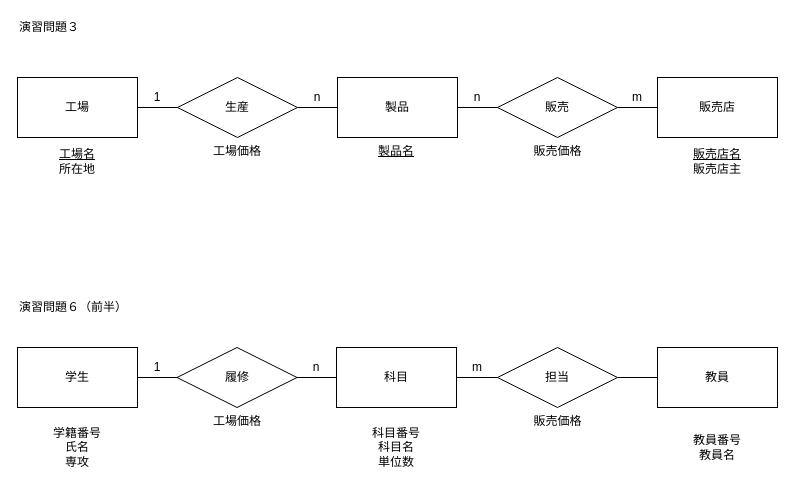
This is データベース論.drawio from SindyD/Sindy, a draw.io file, before an edit. Source tidied: cells renumbered, new cells numbered last; positions are measured from the earlier drawing's top-left corner, leaving out a move shared by most shapes. Both pictures are drawn from the tidied source at 100%, with x=0, y=0 at pixel (17, 17).
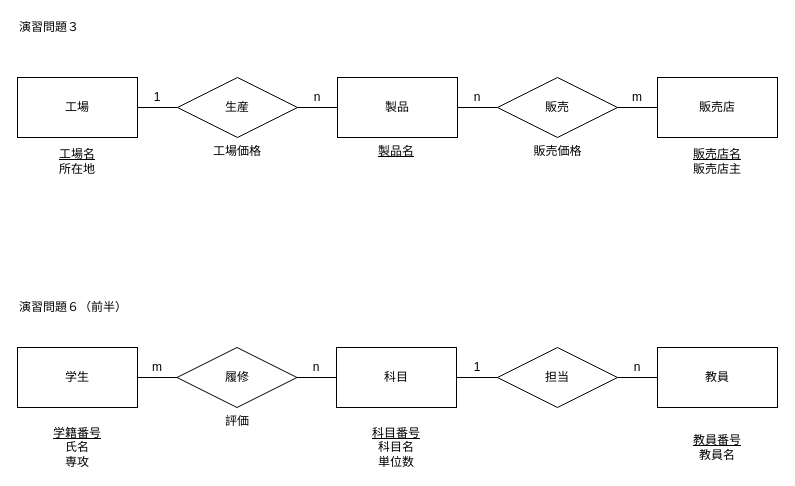
The same diagram, later.

Commit message:
データベース論.drawio を更新します

What changed in the source:
```diff
@@
-    <mxCell id="23" value="学籍番号&lt;br&gt;氏名&lt;br&gt;専攻" style="text;html=1;strokeColor=none;fillColor=none;align=center;verticalAlign=middle;whiteSpace=wrap;rounded=0;" parent="1" vertex="1">
+    <mxCell id="23" value="&lt;u&gt;学籍番号&lt;br&gt;&lt;/u&gt;氏名&lt;br&gt;専攻" style="text;html=1;strokeColor=none;fillColor=none;align=center;verticalAlign=middle;whiteSpace=wrap;rounded=0;" parent="1" vertex="1">
       <mxGeometry x="20" y="420" width="80" height="20" as="geometry" />
     </mxCell>
@@
-    <mxCell id="25" value="科目番号&lt;br&gt;科目名&lt;br&gt;単位数" style="text;html=1;strokeColor=none;fillColor=none;align=center;verticalAlign=middle;whiteSpace=wrap;rounded=0;" parent="1" vertex="1">
+    <mxCell id="25" value="&lt;u&gt;科目番号&lt;/u&gt;&lt;br&gt;科目名&lt;br&gt;単位数" style="text;html=1;strokeColor=none;fillColor=none;align=center;verticalAlign=middle;whiteSpace=wrap;rounded=0;" parent="1" vertex="1">
       <mxGeometry x="339" y="420" width="80" height="20" as="geometry" />
     </mxCell>
@@
-    <mxCell id="27" value="教員番号&lt;br&gt;教員名" style="text;html=1;strokeColor=none;fillColor=none;align=center;verticalAlign=middle;whiteSpace=wrap;rounded=0;" parent="1" vertex="1">
+    <mxCell id="27" value="&lt;u&gt;教員番号&lt;br&gt;&lt;/u&gt;教員名" style="text;html=1;strokeColor=none;fillColor=none;align=center;verticalAlign=middle;whiteSpace=wrap;rounded=0;" parent="1" vertex="1">
       <mxGeometry x="660" y="420" width="80" height="20" as="geometry" />
     </mxCell>
@@
-    <mxCell id="29" value="工場価格" style="text;html=1;strokeColor=none;fillColor=none;align=center;verticalAlign=middle;whiteSpace=wrap;rounded=0;" parent="1" vertex="1">
+    <mxCell id="29" value="評価" style="text;html=1;strokeColor=none;fillColor=none;align=center;verticalAlign=middle;whiteSpace=wrap;rounded=0;" parent="1" vertex="1">
       <mxGeometry x="194.5" y="394" width="50" height="20" as="geometry" />
     </mxCell>
@@
-    <mxCell id="31" value="販売価格" style="text;html=1;strokeColor=none;fillColor=none;align=center;verticalAlign=middle;whiteSpace=wrap;rounded=0;" parent="1" vertex="1">
-      <mxGeometry x="512.5" y="394" width="55" height="20" as="geometry" />
-    </mxCell>
@@
-    <mxCell id="36" value="1" style="text;html=1;strokeColor=none;fillColor=none;align=center;verticalAlign=middle;whiteSpace=wrap;rounded=0;" parent="1" vertex="1">
+    <mxCell id="36" value="m" style="text;html=1;strokeColor=none;fillColor=none;align=center;verticalAlign=middle;whiteSpace=wrap;rounded=0;" parent="1" vertex="1">
       <mxGeometry x="119.5" y="340" width="40" height="20" as="geometry" />
     </mxCell>
@@
-    <mxCell id="38" value="m" style="text;html=1;strokeColor=none;fillColor=none;align=center;verticalAlign=middle;whiteSpace=wrap;rounded=0;direction=south;" parent="1" vertex="1">
+    <mxCell id="38" value="1" style="text;html=1;strokeColor=none;fillColor=none;align=center;verticalAlign=middle;whiteSpace=wrap;rounded=0;direction=south;" parent="1" vertex="1">
       <mxGeometry x="450" y="330" width="20" height="40" as="geometry" />
     </mxCell>
+    <mxCell id="39" value="n" style="text;html=1;strokeColor=none;fillColor=none;align=center;verticalAlign=middle;whiteSpace=wrap;rounded=0;" parent="1" vertex="1">
+      <mxGeometry x="600" y="340" width="40" height="20" as="geometry" />
+    </mxCell>
```
